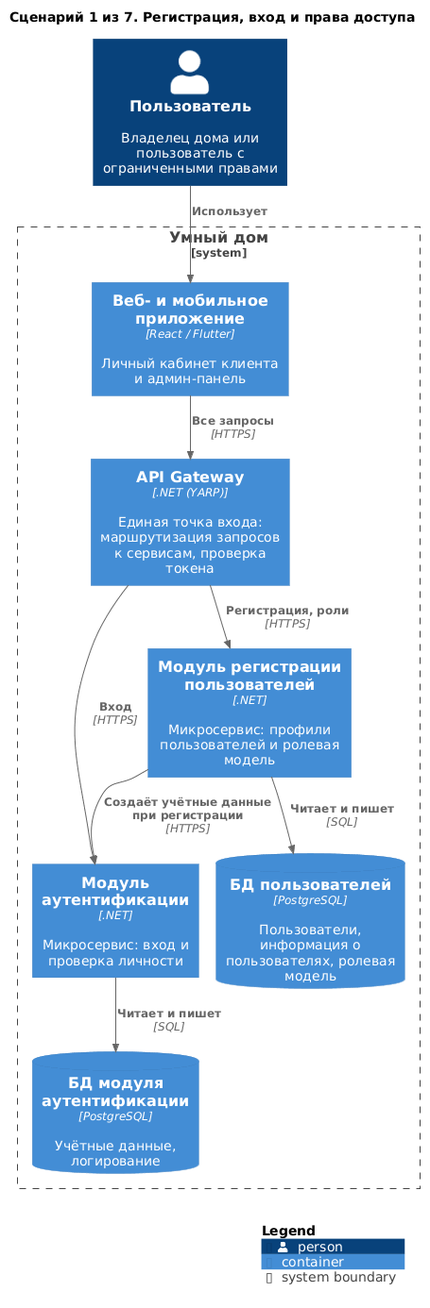
Above: diagrams/containers-scenarios/01-registration-and-access.png in Lyamin-av/architecture-warmhouse (PlantUML), before the change.
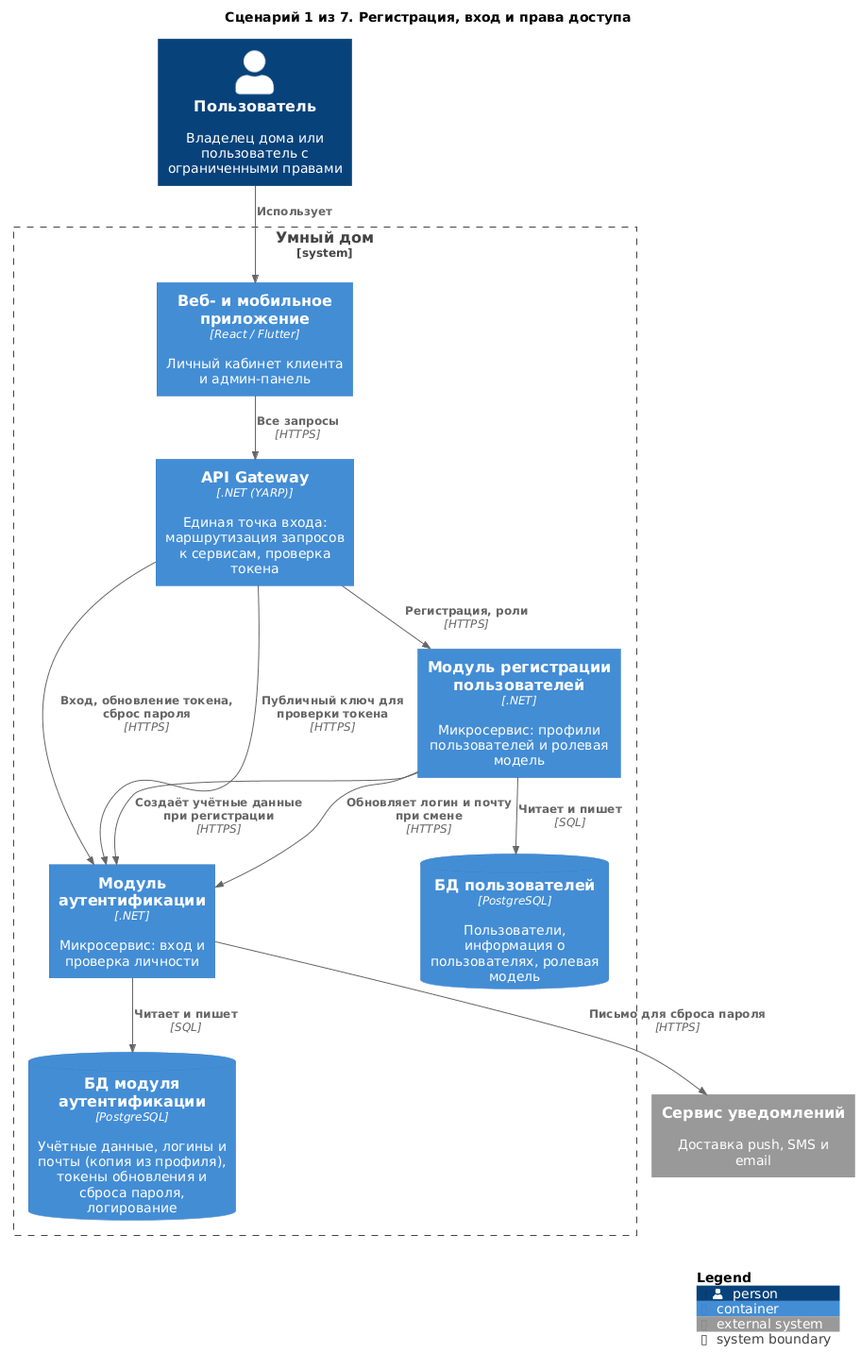
After the commit.

Commit message:
Задание 2: компоненты модуля аутентификации, сброс пароля, копия логина и почты

The edit, as a diff of the source:
```diff
@@ -11,17 +11,22 @@
     Container(Authentication, "Модуль аутентификации", ".NET", "Микросервис: вход и проверка личности")
     Container(Users, "Модуль регистрации пользователей", ".NET", "Микросервис: профили пользователей и ролевая модель")
     ContainerDb(dbUsers, "БД пользователей", "PostgreSQL", "Пользователи, информация о пользователях, ролевая модель")
-    ContainerDb(dbAuth, "БД модуля аутентификации", "PostgreSQL", "Учётные данные, логирование")
+    ContainerDb(dbAuth, "БД модуля аутентификации", "PostgreSQL", "Учётные данные, логины и почты (копия из профиля), токены обновления и сброса пароля, логирование")
 }
+
+System_Ext(notify, "Сервис уведомлений", "Доставка push, SMS и email")
 
 
 Rel(user, apps, "Использует")
 Rel(apps, Gateway, "Все запросы", "HTTPS")
-Rel(Gateway, Authentication, "Вход", "HTTPS")
+Rel(Gateway, Authentication, "Вход, обновление токена, сброс пароля", "HTTPS")
+Rel(Gateway, Authentication, "Публичный ключ для проверки токена", "HTTPS")
 Rel(Gateway, Users, "Регистрация, роли", "HTTPS")
 Rel(Users, Authentication, "Создаёт учётные данные при регистрации", "HTTPS")
+Rel(Users, Authentication, "Обновляет логин и почту при смене", "HTTPS")
 
 Rel(Users, dbUsers, "Читает и пишет", "SQL")
+Rel(Authentication, notify, "Письмо для сброса пароля", "HTTPS")
 Rel(Authentication, dbAuth, "Читает и пишет", "SQL")
 
 SHOW_LEGEND()
```
